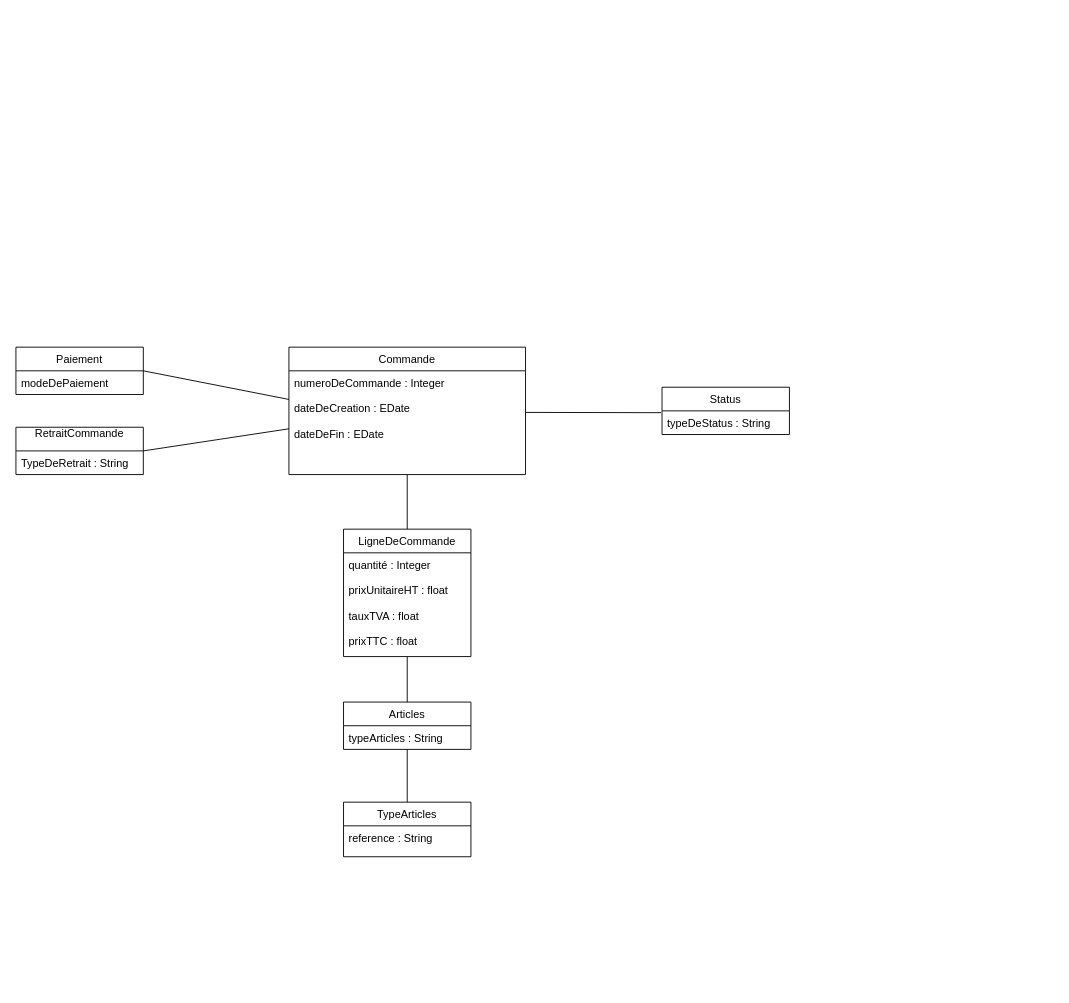
Before: Untitled Diagram TACHE 5.drawio in vinsbld/StechOcPizz, a draw.io diagram. Source tidied: cells renumbered, new cells numbered last; positions are measured from the earlier drawing's top-left corner, leaving out a move shared by most shapes. Both pictures are drawn from the tidied source at 91%, with x=0, y=0 at pixel (15, 347).
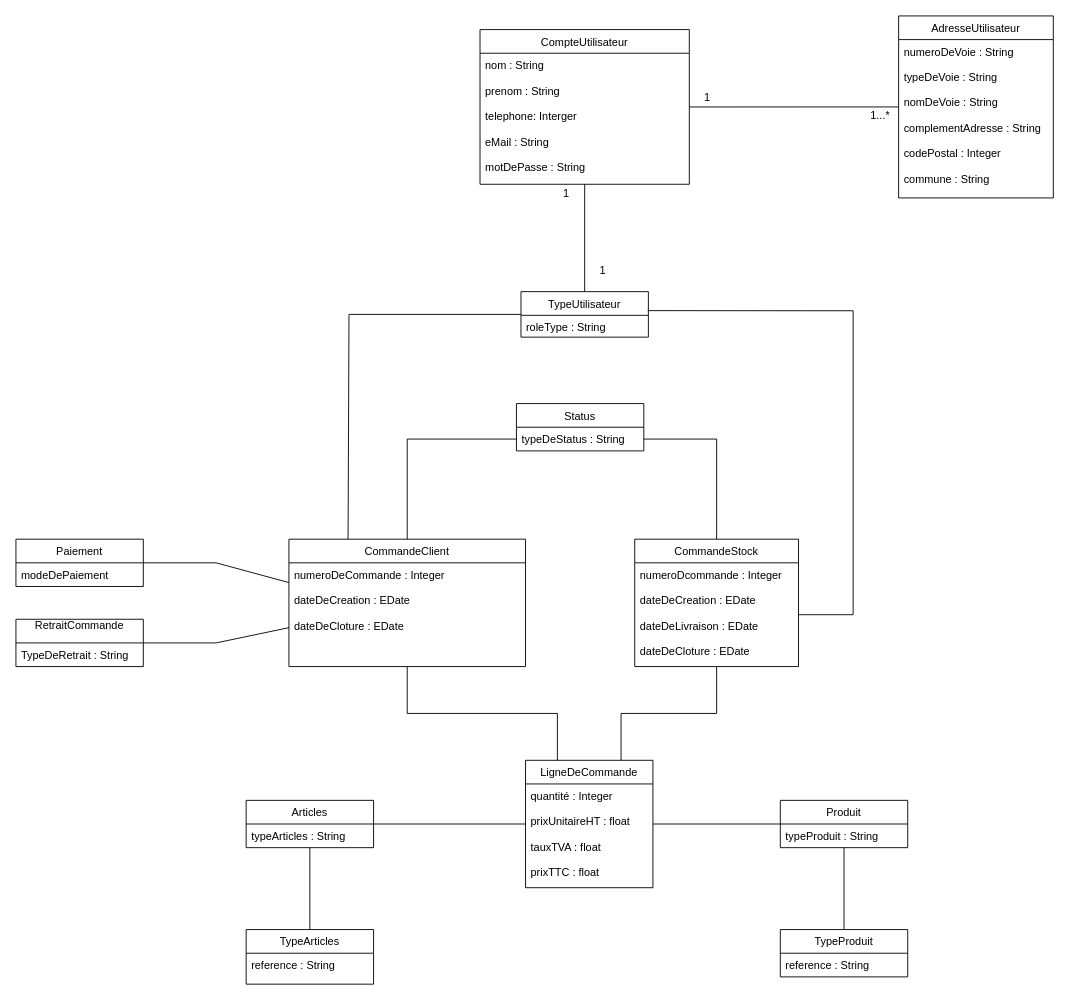
The same diagram, later.

The change refers to these unchanged cells:
```xml
<mxCell id="7" value="typeDeStatus : String&#10;" style="text;strokeColor=none;fillColor=none;align=left;verticalAlign=top;spacingLeft=4;spacingRight=4;overflow=hidden;points=[[0,0.5],[1,0.5]];portConstraint=eastwest;" parent="6" vertex="1">
  <mxGeometry y="26" width="140" height="26" as="geometry" />
</mxCell>
```

What changed in the source:
```diff
@@
     <mxCell id="2" style="edgeStyle=none;rounded=0;jettySize=auto;html=1;entryX=1;entryY=0.5;entryDx=0;entryDy=0;endArrow=none;endFill=0;" parent="1" edge="1" source="4" target="9">
-      <mxGeometry relative="1" as="geometry" />
+      <mxGeometry relative="1" as="geometry">
+        <Array as="points">
+          <mxPoint x="220" y="325" />
+        </Array>
+      </mxGeometry>
     </mxCell>
+    <mxCell id="22" style="edgeStyle=orthogonalEdgeStyle;rounded=0;jettySize=auto;html=1;entryX=0;entryY=0.5;entryDx=0;entryDy=0;endArrow=none;endFill=0;" parent="1" edge="1" source="4" target="7">
+      <mxGeometry relative="1" as="geometry" />
+    </mxCell>
-    <mxCell id="3" style="edgeStyle=none;rounded=0;jettySize=auto;html=1;entryX=0.5;entryY=0;entryDx=0;entryDy=0;endArrow=none;endFill=0;" parent="1" edge="1" source="4" target="15">
+    <mxCell id="3" style="edgeStyle=orthogonalEdgeStyle;rounded=0;jettySize=auto;html=1;entryX=0.25;entryY=0;entryDx=0;entryDy=0;endArrow=none;endFill=0;" parent="1" edge="1" source="4" target="15">
       <mxGeometry relative="1" as="geometry" />
     </mxCell>
-    <mxCell id="4" value="Commande" style="swimlane;fontStyle=0;horizontal=1;startSize=26;fillColor=none;" parent="1" vertex="1">
-      <mxGeometry x="300" width="260" height="140" as="geometry" />
+    <mxCell id="4" value="CommandeClient" style="swimlane;fontStyle=0;horizontal=1;startSize=26;fillColor=none;" parent="1" vertex="1">
+      <mxGeometry x="300" y="211" width="260" height="140" as="geometry" />
     </mxCell>
-    <mxCell id="5" value="numeroDeCommande : Integer&#10;&#10;dateDeCreation : EDate&#10;&#10;dateDeFin : EDate&#10;&#10;" style="text;strokeColor=none;fillColor=none;align=left;verticalAlign=top;spacingLeft=4;spacingRight=4;overflow=hidden;points=[[0,0.5],[1,0.5]];portConstraint=eastwest;" parent="4" vertex="1">
+    <mxCell id="5" value="numeroDeCommande : Integer&#10;&#10;dateDeCreation : EDate&#10;&#10;dateDeCloture : EDate&#10;&#10;" style="text;strokeColor=none;fillColor=none;align=left;verticalAlign=top;spacingLeft=4;spacingRight=4;overflow=hidden;points=[[0,0.5],[1,0.5]];portConstraint=eastwest;" parent="4" vertex="1">
       <mxGeometry y="26" width="260" height="114" as="geometry" />
     </mxCell>
     <mxCell id="6" value="Status" style="swimlane;fontStyle=0;horizontal=1;startSize=26;fillColor=none;" parent="1" vertex="1">
-      <mxGeometry x="710" y="44" width="140" height="52" as="geometry" />
+      <mxGeometry x="550" y="62" width="140" height="52" as="geometry" />
     </mxCell>
@@
-    <mxCell id="8" style="rounded=0;jettySize=auto;html=1;entryX=-0.007;entryY=0.077;entryDx=0;entryDy=0;entryPerimeter=0;endArrow=none;endFill=0;exitX=1;exitY=0.401;exitDx=0;exitDy=0;exitPerimeter=0;" parent="1" edge="1" source="5" target="7">
-      <mxGeometry relative="1" as="geometry" />
-    </mxCell>
     <mxCell id="9" value="RetraitCommande&#10;" style="swimlane;fontStyle=0;horizontal=1;startSize=26;fillColor=none;" parent="1" vertex="1">
-      <mxGeometry y="88" width="140" height="52" as="geometry" />
+      <mxGeometry y="299" width="140" height="52" as="geometry" />
     </mxCell>
@@
     <mxCell id="11" value="Paiement" style="swimlane;fontStyle=0;horizontal=1;startSize=26;fillColor=none;" parent="1" vertex="1">
-      <mxGeometry width="140" height="52" as="geometry" />
+      <mxGeometry y="211" width="140" height="52" as="geometry" />
     </mxCell>
@@
     <mxCell id="13" style="edgeStyle=none;rounded=0;jettySize=auto;html=1;entryX=1;entryY=0.5;entryDx=0;entryDy=0;endArrow=none;endFill=0;" parent="1" edge="1" source="5" target="11">
-      <mxGeometry relative="1" as="geometry" />
+      <mxGeometry relative="1" as="geometry">
+        <Array as="points">
+          <mxPoint x="220" y="237" />
+        </Array>
+      </mxGeometry>
     </mxCell>
-    <mxCell id="14" style="edgeStyle=none;rounded=0;jettySize=auto;html=1;endArrow=none;endFill=0;" parent="1" edge="1" source="15" target="18">
+    <mxCell id="14" style="rounded=0;jettySize=auto;html=1;entryX=1;entryY=0.5;entryDx=0;entryDy=0;endArrow=none;endFill=0;" parent="1" edge="1" source="15" target="18">
       <mxGeometry relative="1" as="geometry" />
     </mxCell>
+    <mxCell id="23" style="edgeStyle=none;rounded=0;jettySize=auto;html=1;entryX=0;entryY=0.5;entryDx=0;entryDy=0;endArrow=none;endFill=0;" parent="1" edge="1" source="15" target="29">
+      <mxGeometry relative="1" as="geometry" />
+    </mxCell>
     <mxCell id="15" value="LigneDeCommande" style="swimlane;fontStyle=0;horizontal=1;startSize=26;fillColor=none;" parent="1" vertex="1">
-      <mxGeometry x="360" y="200" width="140" height="140" as="geometry" />
+      <mxGeometry x="560" y="454" width="140" height="140" as="geometry" />
     </mxCell>
@@
     <mxCell id="18" value="Articles" style="swimlane;fontStyle=0;horizontal=1;startSize=26;fillColor=none;" parent="1" vertex="1">
-      <mxGeometry x="360" y="390" width="140" height="52" as="geometry" />
+      <mxGeometry x="253" y="498" width="140" height="52" as="geometry" />
     </mxCell>
@@
     <mxCell id="20" value="TypeArticles" style="swimlane;fontStyle=0;horizontal=1;startSize=26;fillColor=none;" parent="1" vertex="1">
-      <mxGeometry x="360" y="500" width="140" height="60" as="geometry" />
+      <mxGeometry x="253" y="640" width="140" height="60" as="geometry" />
     </mxCell>
@@
+    <mxCell id="24" style="edgeStyle=orthogonalEdgeStyle;rounded=0;jettySize=auto;html=1;entryX=1;entryY=0.5;entryDx=0;entryDy=0;endArrow=none;endFill=0;" parent="1" edge="1" source="26" target="7">
+      <mxGeometry relative="1" as="geometry" />
+    </mxCell>
+    <mxCell id="25" style="edgeStyle=orthogonalEdgeStyle;rounded=0;jettySize=auto;html=1;entryX=0.75;entryY=0;entryDx=0;entryDy=0;endArrow=none;endFill=0;" parent="1" edge="1" source="26" target="15">
+      <mxGeometry relative="1" as="geometry" />
+    </mxCell>
+    <mxCell id="26" value="CommandeStock" style="swimlane;fontStyle=0;horizontal=1;startSize=26;fillColor=none;" parent="1" vertex="1">
+      <mxGeometry x="680" y="211" width="180" height="140" as="geometry" />
+    </mxCell>
+    <mxCell id="27" value="numeroDcommande : Integer&#10;&#10;dateDeCreation : EDate&#10;&#10;dateDeLivraison : EDate&#10;&#10;dateDeCloture : EDate&#10;" style="text;strokeColor=none;fillColor=none;align=left;verticalAlign=top;spacingLeft=4;spacingRight=4;overflow=hidden;points=[[0,0.5],[1,0.5]];portConstraint=eastwest;" parent="26" vertex="1">
+      <mxGeometry y="26" width="180" height="114" as="geometry" />
+    </mxCell>
+    <mxCell id="28" style="edgeStyle=none;rounded=0;jettySize=auto;html=1;entryX=0.5;entryY=0;entryDx=0;entryDy=0;endArrow=none;endFill=0;" parent="1" edge="1" source="29" target="45">
+      <mxGeometry relative="1" as="geometry" />
+    </mxCell>
+    <mxCell id="29" value="Produit" style="swimlane;fontStyle=0;horizontal=1;startSize=26;fillColor=none;" parent="1" vertex="1">
+      <mxGeometry x="840" y="498" width="140" height="52" as="geometry" />
+    </mxCell>
+    <mxCell id="30" value="typeProduit : String" style="text;strokeColor=none;fillColor=none;align=left;verticalAlign=top;spacingLeft=4;spacingRight=4;overflow=hidden;" parent="29" vertex="1">
+      <mxGeometry y="26" width="140" height="26" as="geometry" />
+    </mxCell>
+    <mxCell id="31" value="CompteUtilisateur" style="swimlane;fontStyle=0;horizontal=1;startSize=26;fillColor=none;" parent="1" vertex="1">
+      <mxGeometry x="510" y="-349" width="230" height="170" as="geometry" />
+    </mxCell>
+    <mxCell id="32" value="nom : String&#10;&#10;prenom : String&#10;&#10;telephone: Interger&#10;&#10;eMail : String&#10;&#10;motDePasse : String&#10;" style="text;strokeColor=none;fillColor=none;align=left;verticalAlign=top;spacingLeft=4;spacingRight=4;overflow=hidden;points=[[0,0.5],[1,0.5]];portConstraint=eastwest;" parent="31" vertex="1">
+      <mxGeometry y="26" width="230" height="144" as="geometry" />
+    </mxCell>
+    <mxCell id="33" value="AdresseUtilisateur" style="swimlane;fontStyle=0;horizontal=1;startSize=26;fillColor=none;" parent="1" vertex="1">
+      <mxGeometry x="970" y="-364" width="170" height="200" as="geometry" />
+    </mxCell>
+    <mxCell id="34" value="numeroDeVoie : String&#10;&#10;typeDeVoie : String&#10;&#10;nomDeVoie : String&#10;&#10;complementAdresse : String&#10;&#10;codePostal : Integer&#10;&#10;commune : String&#10;&#10;&#10;&#10;" style="text;strokeColor=none;fillColor=none;align=left;verticalAlign=top;spacingLeft=4;spacingRight=4;overflow=hidden;" parent="33" vertex="1">
+      <mxGeometry y="26" width="170" height="174" as="geometry" />
+    </mxCell>
+    <mxCell id="35" style="edgeStyle=none;rounded=0;jettySize=auto;html=1;entryX=0;entryY=0.5;entryDx=0;entryDy=0;endArrow=none;endFill=0;exitX=1;exitY=0.41;exitDx=0;exitDy=0;exitPerimeter=0;" parent="1" edge="1" source="32" target="33">
+      <mxGeometry relative="1" as="geometry" />
+    </mxCell>
+    <mxCell id="36" value="1" style="text;html=1;strokeColor=none;fillColor=none;align=center;verticalAlign=middle;whiteSpace=wrap;rounded=0;" parent="1" vertex="1">
+      <mxGeometry x="740" y="-284" width="40" height="20" as="geometry" />
+    </mxCell>
+    <mxCell id="37" value="1...*" style="text;html=1;strokeColor=none;fillColor=none;align=center;verticalAlign=middle;whiteSpace=wrap;rounded=0;" parent="1" vertex="1">
+      <mxGeometry x="930" y="-264" width="40" height="20" as="geometry" />
+    </mxCell>
+    <mxCell id="38" style="rounded=0;jettySize=auto;html=1;entryX=0.5;entryY=1;entryDx=0;entryDy=0;endArrow=none;endFill=0;" parent="1" edge="1" source="41" target="31">
+      <mxGeometry relative="1" as="geometry" />
+    </mxCell>
+    <mxCell id="39" style="edgeStyle=none;rounded=0;jettySize=auto;html=1;endArrow=none;endFill=0;entryX=1;entryY=0.5;entryDx=0;entryDy=0;exitX=0.995;exitY=0.417;exitDx=0;exitDy=0;exitPerimeter=0;" parent="1" edge="1" source="41" target="27">
+      <mxGeometry relative="1" as="geometry">
+        <Array as="points">
+          <mxPoint x="920" y="-40" />
+          <mxPoint x="920" y="294" />
+        </Array>
+      </mxGeometry>
+    </mxCell>
+    <mxCell id="40" style="edgeStyle=none;rounded=0;jettySize=auto;html=1;entryX=0.25;entryY=0;entryDx=0;entryDy=0;endArrow=none;endFill=0;" parent="1" edge="1" source="41" target="4">
+      <mxGeometry relative="1" as="geometry">
+        <Array as="points">
+          <mxPoint x="366" y="-36" />
+        </Array>
+      </mxGeometry>
+    </mxCell>
+    <mxCell id="41" value="TypeUtilisateur" style="swimlane;fontStyle=0;horizontal=1;startSize=26;fillColor=none;" parent="1" vertex="1">
+      <mxGeometry x="555" y="-61" width="140" height="50" as="geometry" />
+    </mxCell>
+    <mxCell id="42" value="roleType : String" style="text;strokeColor=none;fillColor=none;align=left;verticalAlign=top;spacingLeft=4;spacingRight=4;overflow=hidden;" parent="41" vertex="1">
+      <mxGeometry y="26" width="140" height="24" as="geometry" />
+    </mxCell>
+    <mxCell id="43" value="1" style="text;html=1;strokeColor=none;fillColor=none;align=center;verticalAlign=middle;whiteSpace=wrap;rounded=0;" parent="1" vertex="1">
+      <mxGeometry x="585" y="-179" width="40" height="20" as="geometry" />
+    </mxCell>
+    <mxCell id="44" value="1" style="text;html=1;strokeColor=none;fillColor=none;align=center;verticalAlign=middle;whiteSpace=wrap;rounded=0;" parent="1" vertex="1">
+      <mxGeometry x="625" y="-94" width="40" height="20" as="geometry" />
+    </mxCell>
+    <mxCell id="45" value="TypeProduit" style="swimlane;fontStyle=0;horizontal=1;startSize=26;fillColor=none;" parent="1" vertex="1">
+      <mxGeometry x="840" y="640" width="140" height="52" as="geometry" />
+    </mxCell>
+    <mxCell id="46" value="reference : String" style="text;strokeColor=none;fillColor=none;align=left;verticalAlign=top;spacingLeft=4;spacingRight=4;overflow=hidden;" parent="45" vertex="1">
+      <mxGeometry y="26" width="140" height="26" as="geometry" />
+    </mxCell>
```
